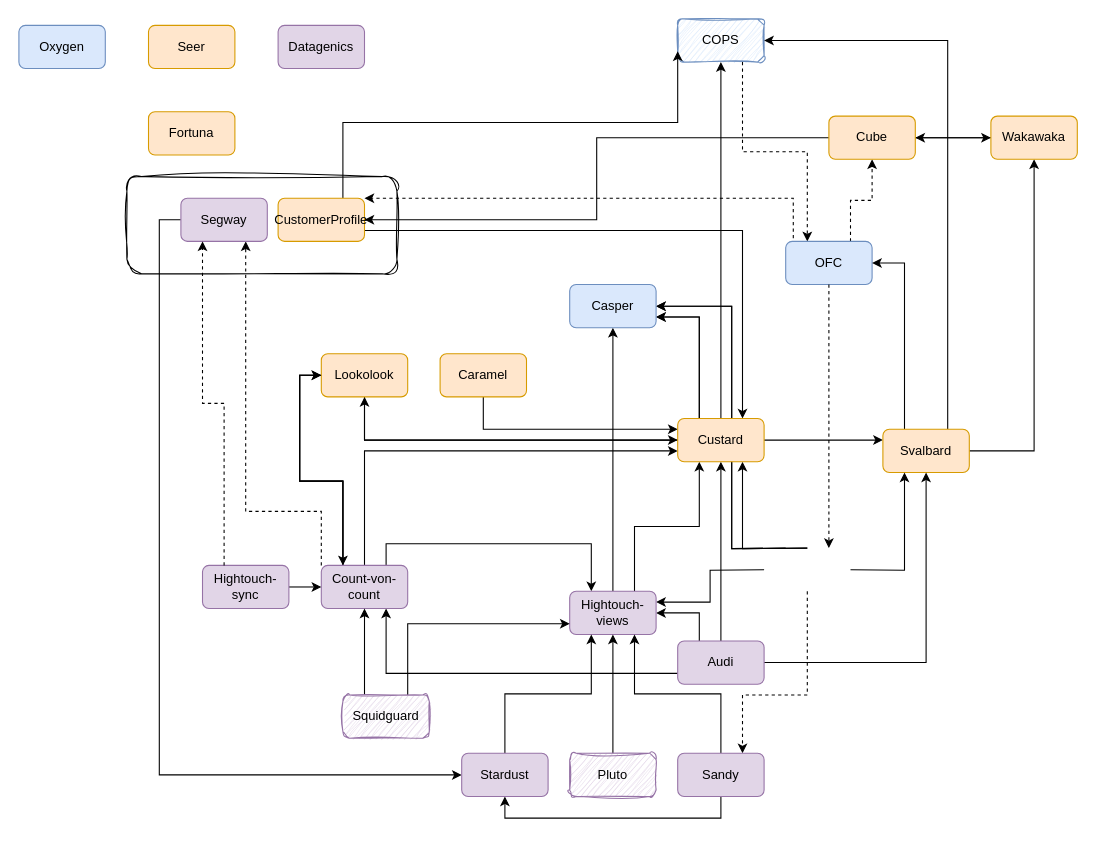
peymanmahdikhani/extra keeps this draw.io diagram as ProdCustAudProf.drawio. Above is the earlier version. Source tidied: cells renumbered, new cells numbered last; positions are measured from the earlier drawing's top-left corner, leaving out a move shared by most shapes. Both pictures are drawn from the tidied source at 108%, with x=0, y=0 at pixel (18, 18).
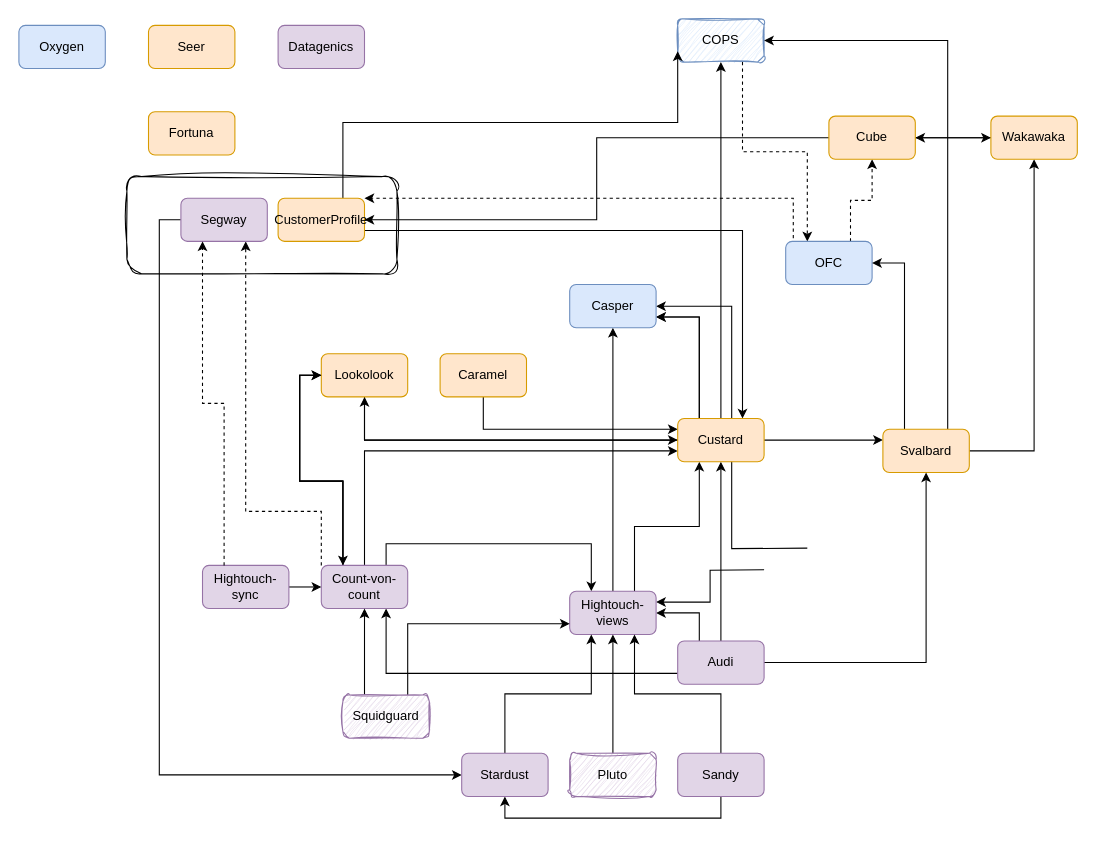
The same page after the edit.

Unchanged cells that the change refers to:
```xml
<mxCell id="8" value="OFC" style="rounded=1;whiteSpace=wrap;html=1;fillColor=#dae8fc;strokeColor=#6c8ebf;" parent="1" vertex="1">
  <mxGeometry x="710" y="206" width="80" height="40" as="geometry" />
</mxCell>
<mxCell id="27" value="Svalbard" style="rounded=1;whiteSpace=wrap;html=1;fillColor=#ffe6cc;strokeColor=#d79b00;" parent="1" vertex="1">
  <mxGeometry x="800" y="380" width="80" height="40" as="geometry" />
</mxCell>
<mxCell id="54" value="Sandy" style="rounded=1;whiteSpace=wrap;html=1;fillColor=#e1d5e7;strokeColor=#9673a6;" parent="1" vertex="1">
  <mxGeometry x="610" y="680" width="80" height="40" as="geometry" />
</mxCell>
<mxCell id="66" value="Casper" style="rounded=1;whiteSpace=wrap;html=1;fillColor=#dae8fc;strokeColor=#6c8ebf;" parent="1" vertex="1">
  <mxGeometry x="510" y="246" width="80" height="40" as="geometry" />
</mxCell>
<mxCell id="67" value="Custard" style="rounded=1;whiteSpace=wrap;html=1;fillColor=#ffe6cc;strokeColor=#d79b00;" parent="1" vertex="1">
  <mxGeometry x="610" y="370" width="80" height="40" as="geometry" />
</mxCell>
```

Diff of the diagram source:
```diff
@@
-    <mxCell id="7" style="edgeStyle=orthogonalEdgeStyle;rounded=0;jettySize=auto;html=1;exitX=0.5;exitY=1;exitDx=0;exitDy=0;entryX=0.75;entryY=0;entryDx=0;entryDy=0;dashed=1;" parent="1" edge="1" target="54">
-      <mxGeometry relative="1" as="geometry">
-        <mxPoint x="730" y="530" as="sourcePoint" />
-        <Array as="points">
-          <mxPoint x="730" y="626" />
-          <mxPoint x="670" y="626" />
-        </Array>
-      </mxGeometry>
-    </mxCell>
@@
-    <mxCell id="42" style="edgeStyle=orthogonalEdgeStyle;rounded=0;jettySize=auto;html=1;exitX=0.25;exitY=0;exitDx=0;exitDy=0;entryX=0.75;entryY=1;entryDx=0;entryDy=0;" parent="1" edge="1" target="67">
-      <mxGeometry relative="1" as="geometry">
-        <mxPoint x="710" y="490" as="sourcePoint" />
-      </mxGeometry>
-    </mxCell>
@@
-    <mxCell id="44" style="edgeStyle=orthogonalEdgeStyle;rounded=0;jettySize=auto;html=1;exitX=1;exitY=0.5;exitDx=0;exitDy=0;entryX=0.25;entryY=1;entryDx=0;entryDy=0;" parent="1" edge="1" target="27">
-      <mxGeometry relative="1" as="geometry">
-        <mxPoint x="770" y="510" as="sourcePoint" />
-      </mxGeometry>
-    </mxCell>
-    <mxCell id="45" style="edgeStyle=orthogonalEdgeStyle;rounded=0;jettySize=auto;html=1;exitX=0.5;exitY=0;exitDx=0;exitDy=0;entryX=1;entryY=0.5;entryDx=0;entryDy=0;" parent="1" edge="1" target="66">
-      <mxGeometry relative="1" as="geometry">
-        <mxPoint x="730" y="490" as="sourcePoint" />
-      </mxGeometry>
-    </mxCell>
@@
-    <mxCell id="70" style="edgeStyle=orthogonalEdgeStyle;rounded=0;jettySize=auto;html=1;exitX=0.5;exitY=1;exitDx=0;exitDy=0;entryX=0.75;entryY=0;entryDx=0;entryDy=0;dashed=1;" parent="1" edge="1" source="8">
-      <mxGeometry relative="1" as="geometry">
-        <mxPoint x="750" y="490" as="targetPoint" />
-      </mxGeometry>
-    </mxCell>
```
